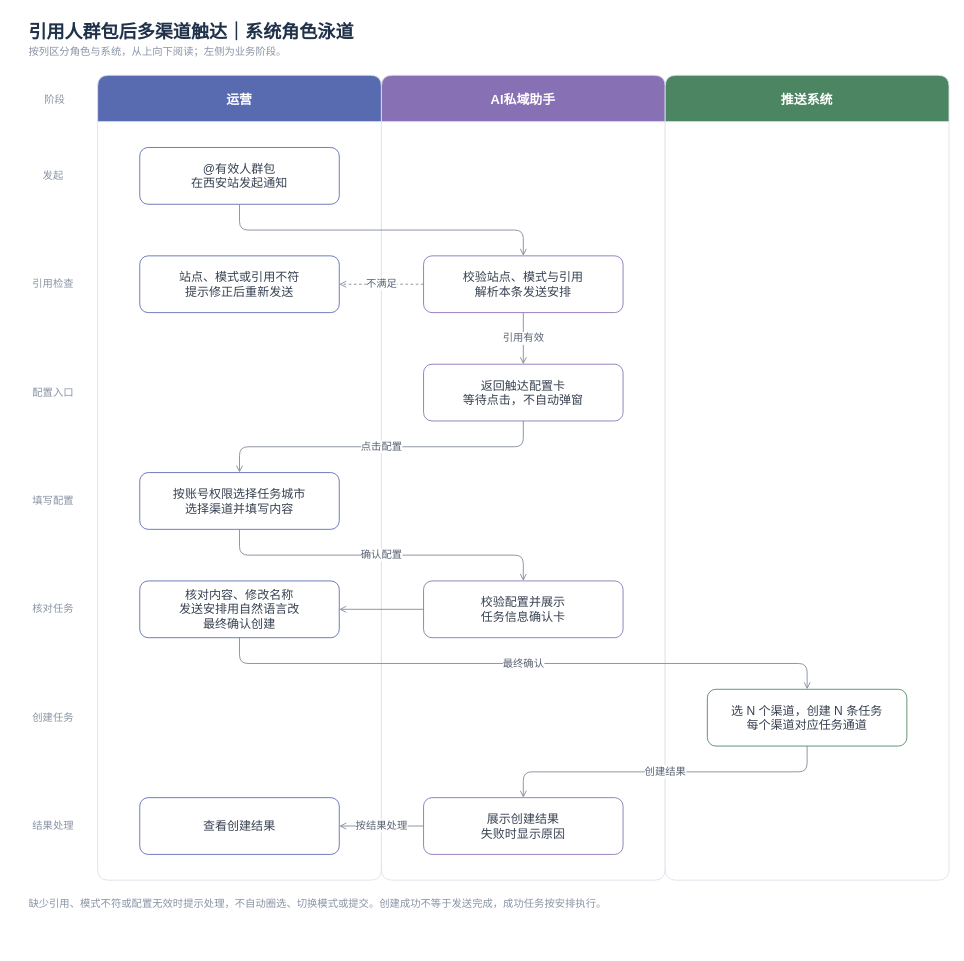
JZT-AI/ai-proactive-activation keeps this draw.io diagram as page "引用人群包后小B通知｜系统角色泳道" (2 of 3) of message-notifications/消息通知-角色与系统业务流程.drawio. Above is the earlier version. Source tidied: cells renumbered, new cells numbered last; positions are measured from the earlier drawing's top-left corner, leaving out a move shared by most shapes. Both pictures are drawn from the tidied source at 86%, with x=0, y=0 at pixel (15, 15).
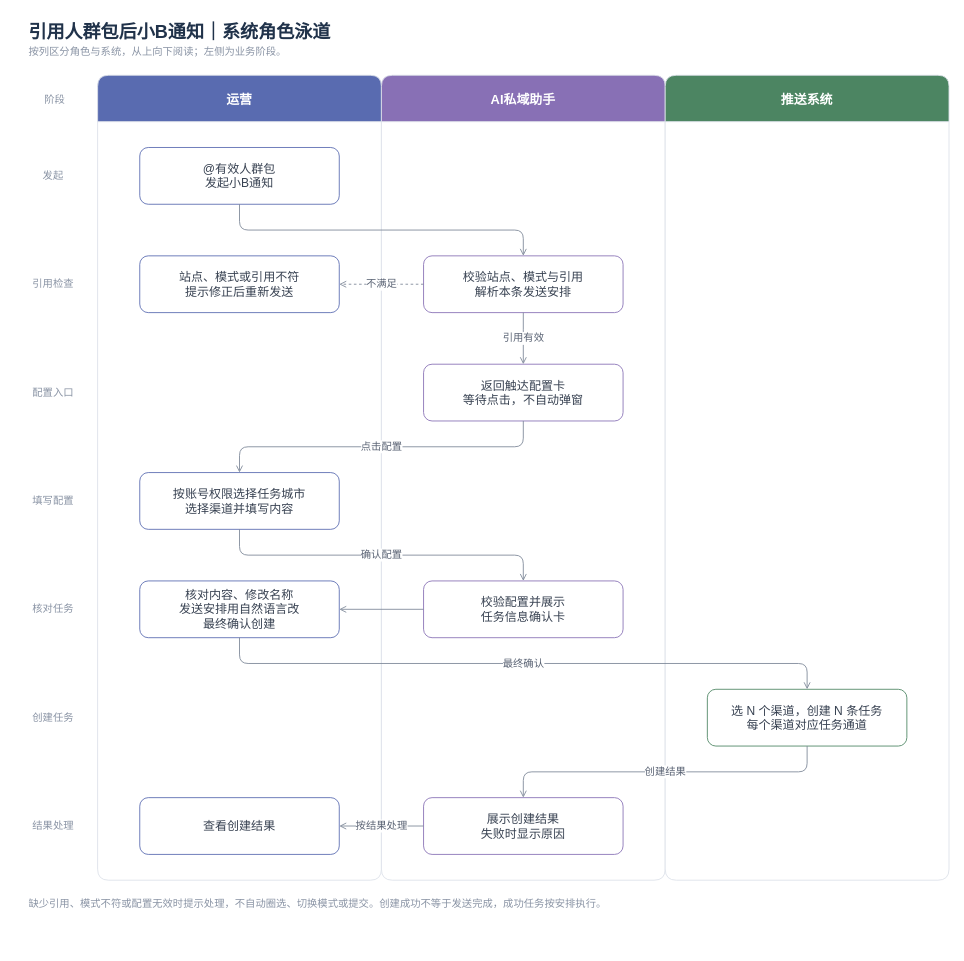
The same diagram, later.

The change refers to these unchanged cells:
```xml
<mxCell id="5" value="运营" style="swimlane;horizontal=1;startSize=54;rounded=1;arcSize=8;fillColor=#596bb0;swimlaneFillColor=#ffffff;strokeColor=#dce1e9;fontColor=#ffffff;fontSize=15;fontStyle=1;" parent="1" vertex="1">
  <mxGeometry x="96" y="70" width="330" height="936" as="geometry" />
</mxCell>
```

Diff of the diagram source:
```diff
@@
-    <mxCell id="2" value="引用人群包后多渠道触达｜系统角色泳道" style="text;html=1;fontSize=21;fontStyle=1;fontColor=#20324a;align=left;" parent="1" vertex="1">
+    <mxCell id="2" value="引用人群包后小B通知｜系统角色泳道" style="text;html=1;fontSize=21;fontStyle=1;fontColor=#20324a;align=left;" parent="1" vertex="1">
       <mxGeometry x="14" width="1066" height="32" as="geometry" />
     </mxCell>
@@
-    <mxCell id="15" value="@有效人群包&lt;br&gt;在西安站发起通知" style="rounded=1;whiteSpace=wrap;html=1;fillColor=#ffffff;strokeColor=#596bb0;strokeWidth=1;fontColor=#374151;fontSize=14;spacing=8;" parent="5" vertex="1">
+    <mxCell id="15" value="@有效人群包&lt;br&gt;发起小B通知" style="rounded=1;whiteSpace=wrap;html=1;fillColor=#ffffff;strokeColor=#596bb0;strokeWidth=1;fontColor=#374151;fontSize=14;spacing=8;" parent="5" vertex="1">
       <mxGeometry x="49" y="84" width="232" height="66" as="geometry" />
     </mxCell>
```
